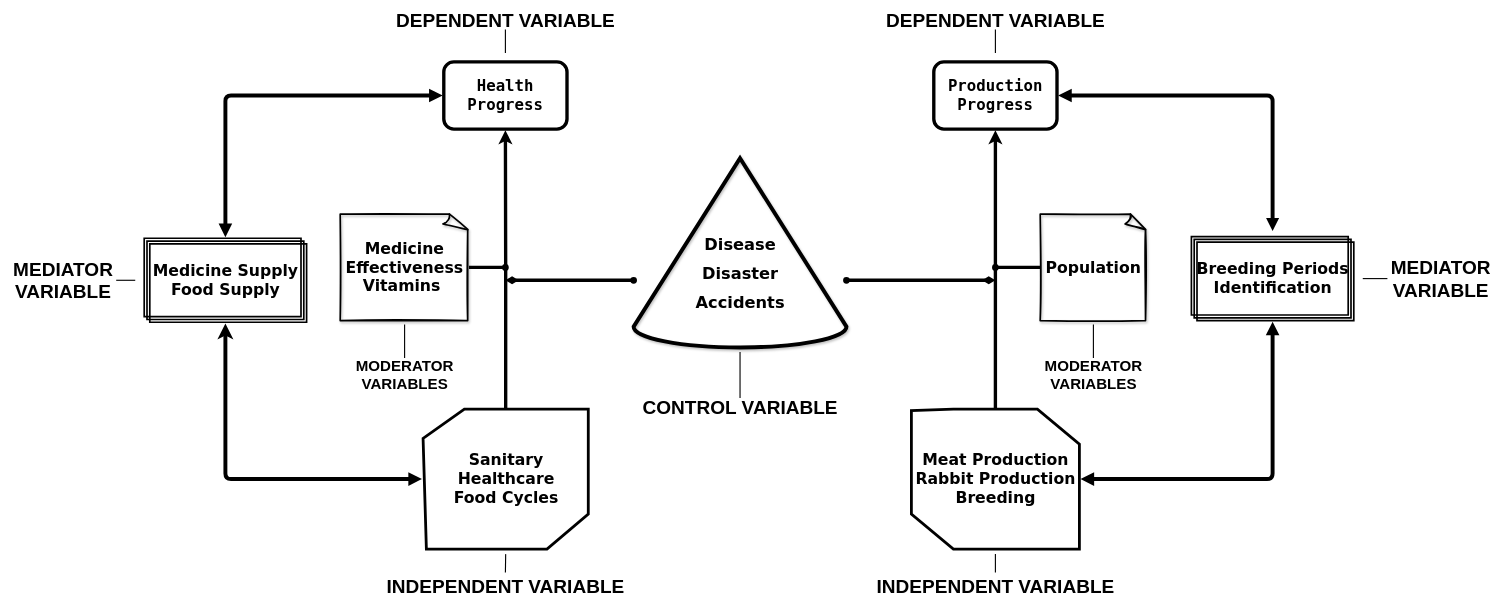
SejiMe/rpc-system keeps this draw.io diagram as Conceptual Framework.drawio. Above is the earlier version. Source tidied: cells renumbered, new cells numbered last; positions are measured from the earlier drawing's top-left corner, leaving out a move shared by most shapes. Both pictures are drawn from the tidied source at 56%, with x=0, y=0 at pixel (10, 12).
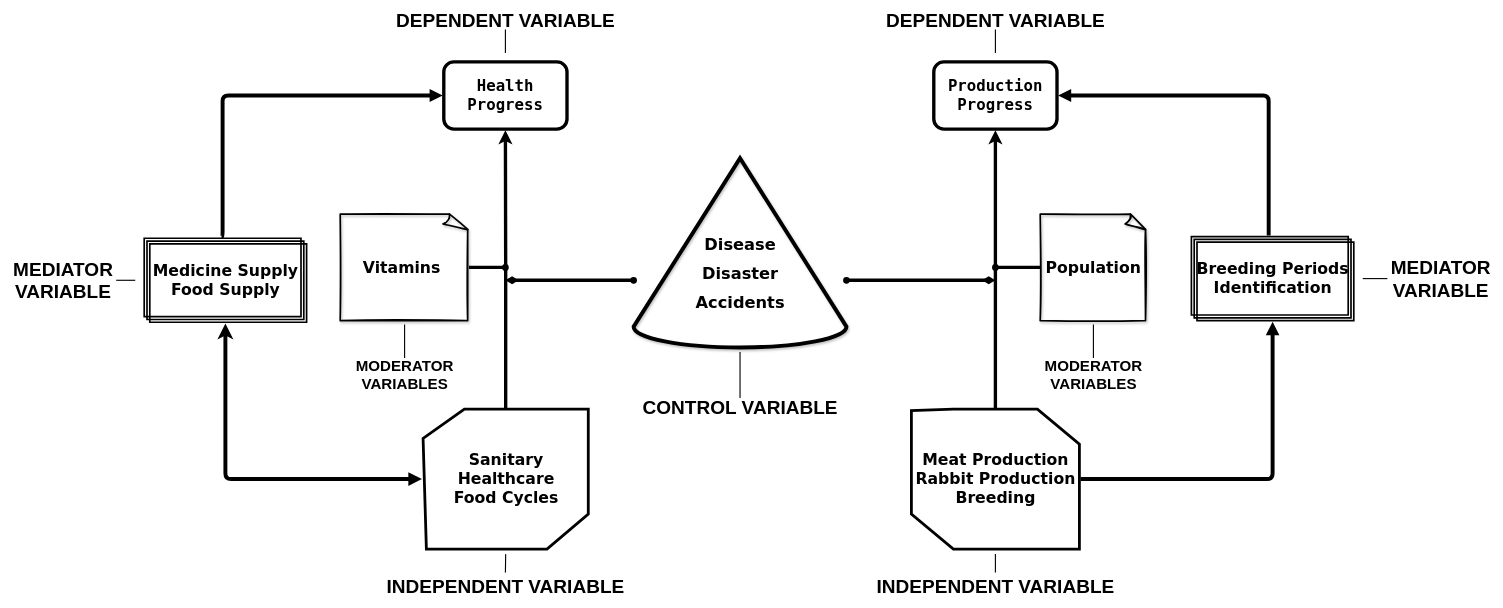
After the change.

Unchanged cells that the change refers to:
```xml
<mxCell id="5" value="Health Progress" style="rounded=1;fillColor=none;fontFamily=Lucida Console;textDirection=ltr;labelBorderColor=none;strokeWidth=6;perimeterSpacing=2;fontStyle=1;fontColor=#000000;horizontal=1;whiteSpace=wrap;html=1;spacingLeft=0;fontSize=28;" parent="1" vertex="1">
  <mxGeometry x="775" y="88" width="220" height="120" as="geometry" />
</mxCell>
<mxCell id="7" value="Production Progress" style="rounded=1;fillColor=none;fontFamily=Lucida Console;textDirection=ltr;labelBorderColor=none;strokeWidth=6;perimeterSpacing=2;fontStyle=1;fontColor=#000000;horizontal=1;whiteSpace=wrap;html=1;spacingLeft=0;fontSize=28;" parent="1" vertex="1">
  <mxGeometry x="1650" y="88" width="220" height="120" as="geometry" />
</mxCell>
<mxCell id="12" value="Meat Production&lt;br style=&quot;font-size: 28px;&quot;&gt;Rabbit Production&lt;br style=&quot;font-size: 28px;&quot;&gt;Breeding" style="verticalLabelPosition=middle;verticalAlign=middle;html=1;shape=mxgraph.basic.polygon;polyCoords=[[0.25,0],[0.75,0],[1,0.25],[1,1],[0.75,1],[0.25,1],[0,0.75],[0,0.01]];polyline=0;shadow=0;labelBorderColor=none;sketch=0;fontFamily=Verdana;fontSize=28;strokeWidth=5;fillColor=none;gradientDirection=north;perimeterSpacing=2;labelPosition=center;align=center;strokeColor=#000000;fontStyle=1;" parent="1" vertex="1">
  <mxGeometry x="1610" y="708" width="300" height="250" as="geometry" />
</mxCell>
<mxCell id="13" value="&lt;font face=&quot;Verdana&quot; style=&quot;font-size: 28px;&quot;&gt;Medicine Supply&lt;br style=&quot;font-size: 28px;&quot;&gt;Food Supply&lt;br style=&quot;font-size: 28px;&quot;&gt;&lt;/font&gt;" style="verticalLabelPosition=middle;verticalAlign=middle;html=1;shape=mxgraph.basic.layered_rect;dx=10;outlineConnect=0;labelBorderColor=none;fontFamily=Lucida Console;fontSize=28;strokeWidth=3;fillColor=none;strokeColor=#000000;labelPosition=center;align=center;textDirection=ltr;fontStyle=1;perimeterSpacing=2;shadow=0;" parent="1" vertex="1">
  <mxGeometry x="240" y="403" width="290" height="150" as="geometry" />
</mxCell>
<mxCell id="14" value="&lt;font face=&quot;Verdana&quot; style=&quot;font-size: 28px;&quot;&gt;Breeding Periods&lt;br style=&quot;font-size: 28px;&quot;&gt;Identification&lt;/font&gt;" style="verticalLabelPosition=middle;verticalAlign=middle;html=1;shape=mxgraph.basic.layered_rect;dx=10;outlineConnect=0;labelBorderColor=none;fontFamily=Lucida Console;fontSize=28;strokeWidth=3;fillColor=none;strokeColor=#000000;labelPosition=center;align=center;textDirection=ltr;fontStyle=1;perimeterSpacing=2;shadow=0;" parent="1" vertex="1">
  <mxGeometry x="2110" y="400" width="290" height="150" as="geometry" />
</mxCell>
```

What changed in the source:
```diff
@@
-    <mxCell id="4" style="edgeStyle=orthogonalEdgeStyle;rounded=1;jumpStyle=none;jettySize=auto;html=1;fontFamily=Verdana;fontSize=22;fontColor=#000000;startArrow=block;startFill=1;endArrow=block;endFill=1;strokeWidth=7;" parent="1" edge="1" source="5" target="13">
-      <mxGeometry relative="1" as="geometry" />
-    </mxCell>
@@
-    <mxCell id="6" style="edgeStyle=orthogonalEdgeStyle;rounded=1;jumpStyle=line;jettySize=auto;html=1;exitX=1;exitY=0.5;exitDx=0;exitDy=0;fontSize=28;startArrow=block;startFill=1;endArrow=block;endFill=1;endSize=5;sourcePerimeterSpacing=2;targetPerimeterSpacing=8;strokeColor=default;strokeWidth=7;" parent="1" edge="1" source="7" target="14">
-      <mxGeometry relative="1" as="geometry" />
-    </mxCell>
@@
-    <mxCell id="11" style="edgeStyle=orthogonalEdgeStyle;rounded=1;jumpStyle=none;jettySize=auto;html=1;fontFamily=Verdana;fontSize=22;fontColor=#000000;startArrow=block;startFill=1;endArrow=block;endFill=1;strokeWidth=7;" parent="1" edge="1" source="12" target="14">
+    <mxCell id="11" style="edgeStyle=orthogonalEdgeStyle;rounded=1;jumpStyle=none;jettySize=auto;html=1;fontFamily=Verdana;fontSize=22;fontColor=#000000;startArrow=none;startFill=0;endArrow=block;endFill=1;strokeWidth=7;" parent="1" edge="1" source="12" target="14">
       <mxGeometry relative="1" as="geometry" />
     </mxCell>
@@
+    <mxCell id="39" style="edgeStyle=orthogonalEdgeStyle;rounded=1;jumpStyle=line;jettySize=auto;html=1;exitX=0;exitY=0;exitDx=140;exitDy=0;exitPerimeter=0;entryX=0;entryY=0.5;entryDx=0;entryDy=0;fontSize=28;startArrow=none;startFill=0;endArrow=block;endFill=1;endSize=5;sourcePerimeterSpacing=2;targetPerimeterSpacing=8;strokeColor=default;strokeWidth=7;" parent="1" edge="1" source="13" target="5">
+      <mxGeometry relative="1" as="geometry">
+        <Array as="points">
+          <mxPoint x="380" y="401" />
+          <mxPoint x="380" y="148" />
+        </Array>
+      </mxGeometry>
+    </mxCell>
@@
+    <mxCell id="40" style="edgeStyle=orthogonalEdgeStyle;rounded=1;jumpStyle=line;jettySize=auto;html=1;exitX=0;exitY=0;exitDx=140;exitDy=0;exitPerimeter=0;entryX=1;entryY=0.5;entryDx=0;entryDy=0;fontSize=28;startArrow=none;startFill=0;endArrow=block;endFill=1;endSize=5;sourcePerimeterSpacing=2;targetPerimeterSpacing=8;strokeColor=default;strokeWidth=7;" parent="1" edge="1" source="14" target="7">
+      <mxGeometry relative="1" as="geometry">
+        <Array as="points">
+          <mxPoint x="2248" y="148" />
+        </Array>
+      </mxGeometry>
+    </mxCell>
@@
-    <mxCell id="18" value="Medicine Effectiveness&lt;br style=&quot;font-size: 28px;&quot;&gt;Vitamins&amp;nbsp;" style="whiteSpace=wrap;html=1;shape=mxgraph.basic.document;shadow=1;labelBorderColor=none;sketch=1;fontFamily=Verdana;fontSize=28;fontColor=#000000;strokeWidth=3;fillColor=none;gradientColor=#ffffff;fontStyle=1;" parent="1" vertex="1">
+    <mxCell id="18" value="Vitamins&amp;nbsp;" style="whiteSpace=wrap;html=1;shape=mxgraph.basic.document;shadow=1;labelBorderColor=none;sketch=1;fontFamily=Verdana;fontSize=28;fontColor=#000000;strokeWidth=3;fillColor=none;gradientColor=#ffffff;fontStyle=1;" parent="1" vertex="1">
       <mxGeometry x="590" y="360" width="230" height="190" as="geometry" />
     </mxCell>
```
